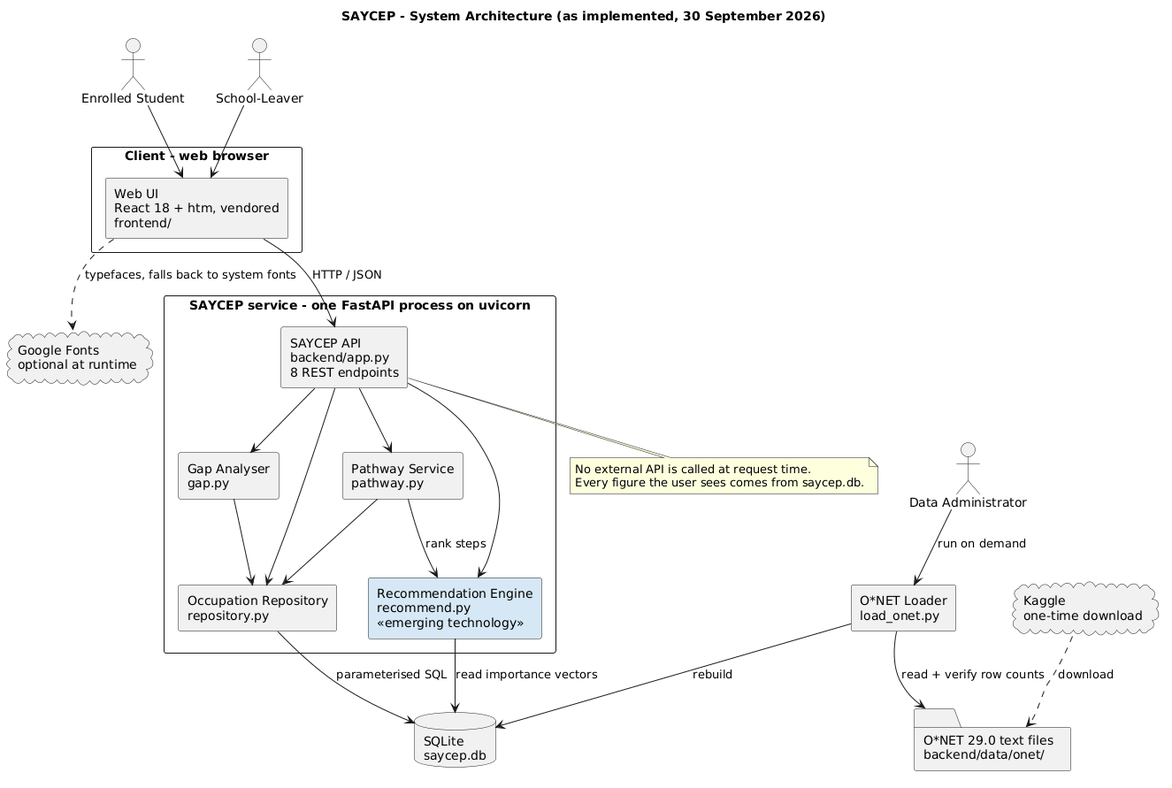
The PlantUML diagram docs/uml/a3/01-architecture.png in ShogunLSG/SAYCEP, before a commit. Its diagram source:
```plantuml
@startuml
title SAYCEP - System Architecture (as implemented, 30 September 2026)
skinparam componentStyle rectangle
skinparam shadowing false

actor "Enrolled Student" as Student
actor "School-Leaver" as Leaver
actor "Data Administrator" as Admin

rectangle "Client - web browser" {
  component "Web UI\nReact 18 + htm, vendored\nfrontend/" as UI
}

rectangle "SAYCEP service - one FastAPI process on uvicorn" {
  component "SAYCEP API\nbackend/app.py\n8 REST endpoints" as API
  component "Gap Analyser\ngap.py" as GA
  component "Pathway Service\npathway.py" as PS
  component "Recommendation Engine\nrecommend.py\n<<emerging technology>>" as RE #D6E8F5
  component "Occupation Repository\nrepository.py" as Repo
}

database "SQLite\nsaycep.db" as DB
component "O*NET Loader\nload_onet.py" as Loader
folder "O*NET 29.0 text files\nbackend/data/onet/" as Files
cloud "Kaggle\none-time download" as Kaggle
cloud "Google Fonts\noptional at runtime" as Fonts

Student --> UI
Leaver --> UI
UI --> API : HTTP / JSON
API --> GA
API --> PS
API --> RE
PS --> RE : rank steps
API --> Repo
GA --> Repo
PS --> Repo
RE --> DB : read importance vectors
Repo --> DB : parameterised SQL
Admin --> Loader : run on demand
Loader --> Files : read + verify row counts
Loader --> DB : rebuild
Kaggle ..> Files : download
UI ..> Fonts : typefaces, falls back to system fonts

note bottom of API
  No external API is called at request time.
  Every figure the user sees comes from saycep.db.
end note
@enduml
```
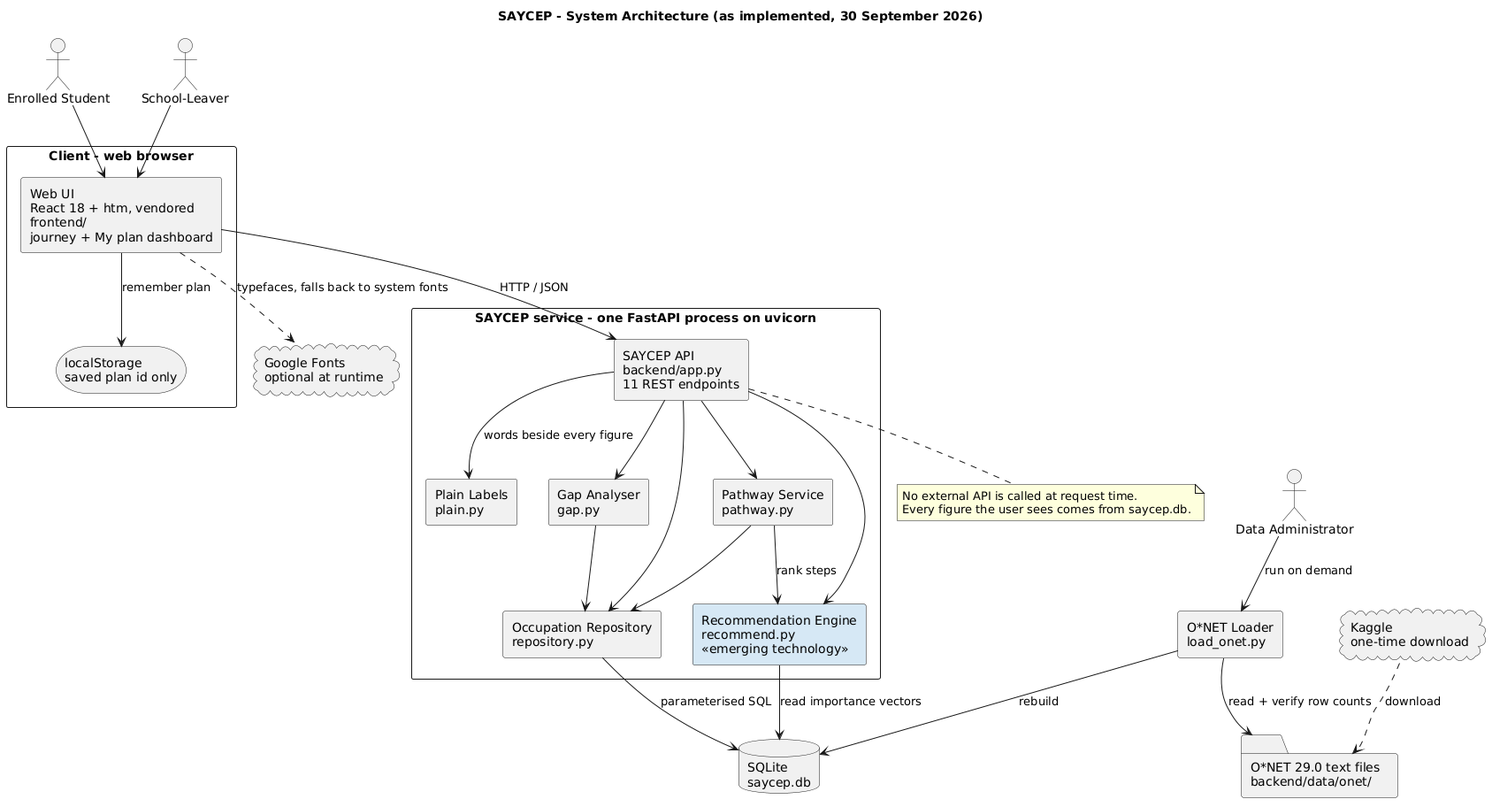
The same diagram one commit later.

The edit, as a diff of the source:
```diff
@@ -1,4 +1,4 @@
-@startuml
+@startuml SAYCEP_A3_Architecture
 title SAYCEP - System Architecture (as implemented, 30 September 2026)
 skinparam componentStyle rectangle
 skinparam shadowing false
@@ -8,11 +8,13 @@
 actor "Data Administrator" as Admin
 
 rectangle "Client - web browser" {
-  component "Web UI\nReact 18 + htm, vendored\nfrontend/" as UI
+  component "Web UI\nReact 18 + htm, vendored\nfrontend/\njourney + My plan dashboard" as UI
+  storage "localStorage\nsaved plan id only" as LS
 }
 
 rectangle "SAYCEP service - one FastAPI process on uvicorn" {
-  component "SAYCEP API\nbackend/app.py\n8 REST endpoints" as API
+  component "SAYCEP API\nbackend/app.py\n11 REST endpoints" as API
+  component "Plain Labels\nplain.py" as PL
   component "Gap Analyser\ngap.py" as GA
   component "Pathway Service\npathway.py" as PS
   component "Recommendation Engine\nrecommend.py\n<<emerging technology>>" as RE #D6E8F5
@@ -33,6 +35,8 @@
 API --> RE
 PS --> RE : rank steps
 API --> Repo
+API --> PL : words beside every figure
+UI --> LS : remember plan
 GA --> Repo
 PS --> Repo
 RE --> DB : read importance vectors
```
